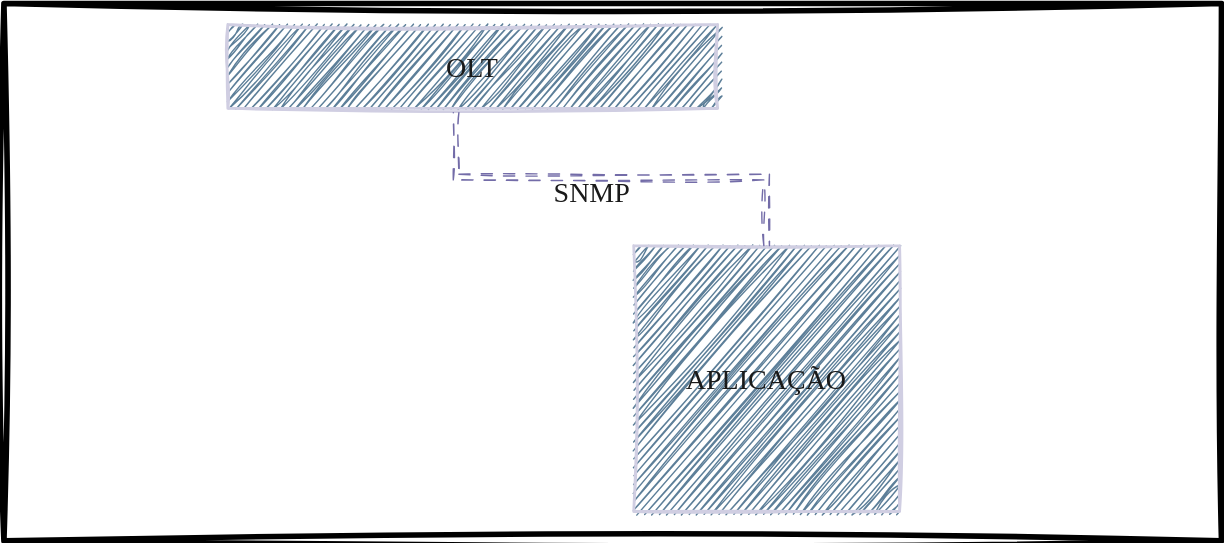
This is img/sc-olt-intelbras-8820i.drawio.svg from saulotarsobc/sc-olt-intelbras-gpon, a draw.io export, as it was before one commit. Source tidied: cells renumbered, new cells last; positions are measured from the earlier drawing's top-left corner, leaving out a move shared by most shapes.
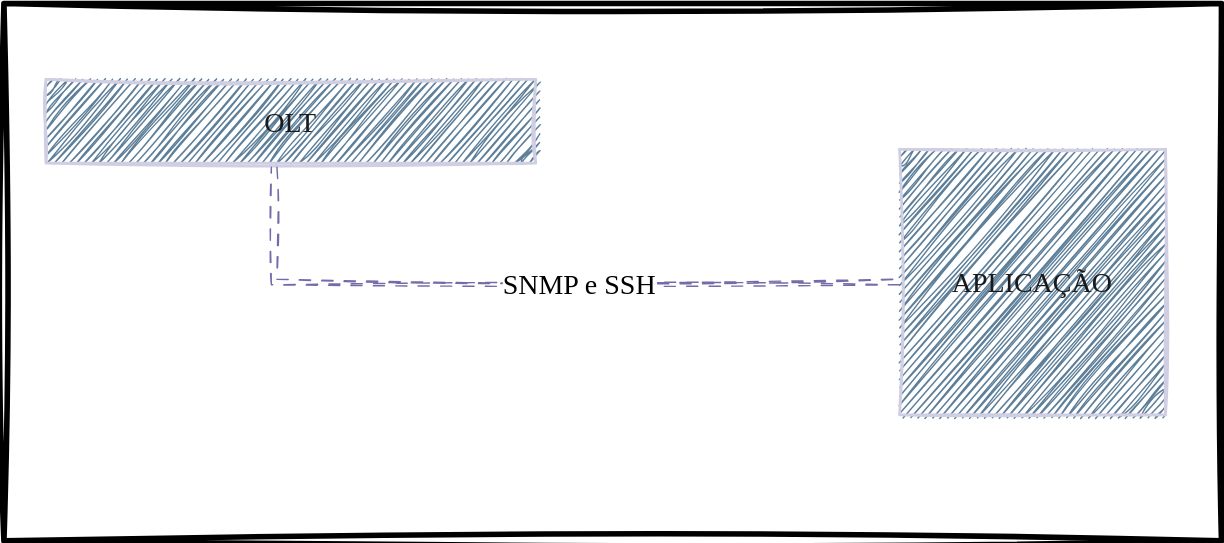
Above is the later version.

What changed in the source:
```diff
@@ -6,16 +6,22 @@
       <mxGeometry width="870" height="384" as="geometry" />
     </mxCell>
     <mxCell id="3" value="OLT" style="rounded=0;whiteSpace=wrap;html=1;sketch=1;hachureGap=4;jiggle=2;curveFitting=1;fontFamily=Architects Daughter;fontSource=https%3A%2F%2Ffonts.googleapis.com%2Fcss%3Ffamily%3DArchitects%2BDaughter;fontSize=20;labelBackgroundColor=none;fillColor=#5D7F99;strokeColor=#D0CEE2;fontColor=#1A1A1A;gradientColor=none;strokeWidth=2;" parent="1" vertex="1">
-      <mxGeometry x="160" y="15" width="350" height="60" as="geometry" />
+      <mxGeometry x="30" y="54" width="350" height="60" as="geometry" />
     </mxCell>
     <mxCell id="4" value="APLICAÇÃO" style="whiteSpace=wrap;html=1;sketch=1;hachureGap=4;jiggle=2;curveFitting=1;fontFamily=Architects Daughter;fontSource=https%3A%2F%2Ffonts.googleapis.com%2Fcss%3Ffamily%3DArchitects%2BDaughter;fontSize=20;labelBackgroundColor=none;fillColor=#5D7F99;strokeColor=#D0CEE2;fontColor=#1A1A1A;strokeWidth=2;" parent="1" vertex="1">
-      <mxGeometry x="450" y="173" width="190" height="190" as="geometry" />
+      <mxGeometry x="640" y="104" width="190" height="190" as="geometry" />
     </mxCell>
-    <mxCell id="5" style="edgeStyle=orthogonalEdgeStyle;rounded=0;sketch=1;hachureGap=4;jiggle=2;curveFitting=1;jettySize=auto;html=1;entryX=0.466;entryY=1.05;entryDx=0;entryDy=0;entryPerimeter=0;fontFamily=Architects Daughter;fontSource=https%3A%2F%2Ffonts.googleapis.com%2Fcss%3Ffamily%3DArchitects%2BDaughter;fontSize=16;shape=link;flowAnimation=1;labelBackgroundColor=none;strokeColor=#736CA8;fontColor=default;" parent="1" edge="1" source="4" target="3">
-      <mxGeometry relative="1" as="geometry" />
+    <mxCell id="5" style="edgeStyle=orthogonalEdgeStyle;rounded=0;sketch=1;hachureGap=4;jiggle=2;curveFitting=1;jettySize=auto;html=1;entryX=0.466;entryY=1.05;entryDx=0;entryDy=0;entryPerimeter=0;fontFamily=Architects Daughter;fontSource=https%3A%2F%2Ffonts.googleapis.com%2Fcss%3Ffamily%3DArchitects%2BDaughter;fontSize=16;shape=link;flowAnimation=1;labelBackgroundColor=none;strokeColor=#736CA8;fontColor=default;exitX=0;exitY=0.5;exitDx=0;exitDy=0;" parent="1" edge="1" source="4" target="3">
+      <mxGeometry relative="1" as="geometry">
+        <Array as="points">
+          <mxPoint x="193" y="199" />
+        </Array>
+      </mxGeometry>
     </mxCell>
-    <mxCell id="6" value="SNMP" style="text;html=1;align=center;verticalAlign=middle;strokeColor=none;fillColor=none;fontSize=20;fontFamily=Architects Daughter;labelBackgroundColor=none;fontColor=#1A1A1A;" parent="1" vertex="1">
-      <mxGeometry x="380" y="114" width="80" height="40" as="geometry" />
-    </mxCell>
+    <mxCell id="7" value="SNMP e SSH" style="edgeLabel;html=1;align=center;verticalAlign=middle;fontSize=20;fontFamily=Architects Daughter;" parent="5" vertex="1">
+      <mxGeometry x="-0.32" relative="1" as="geometry">
+        <mxPoint x="-49" as="offset" />
+      </mxGeometry>
+    </mxCell>
   </root>
 </mxGraphModel>
```
